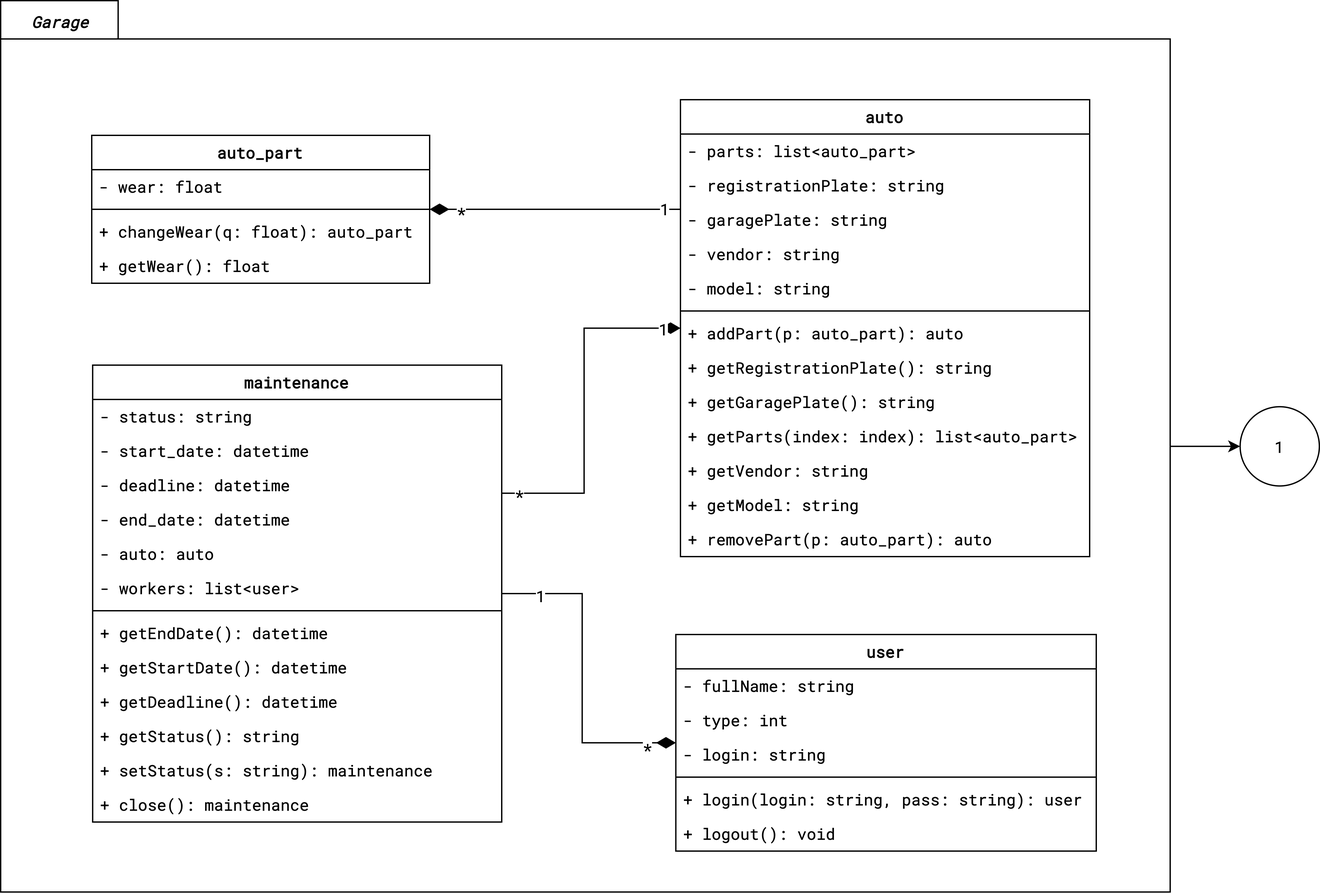
Before: images/aps.coursework-er-diagram.2.png, a diagram exported from draw.io (PlumpAlbert/diploma). Source tidied: cells renumbered, new cells last; positions are measured from the earlier drawing's top-left corner, leaving out a move shared by most shapes.
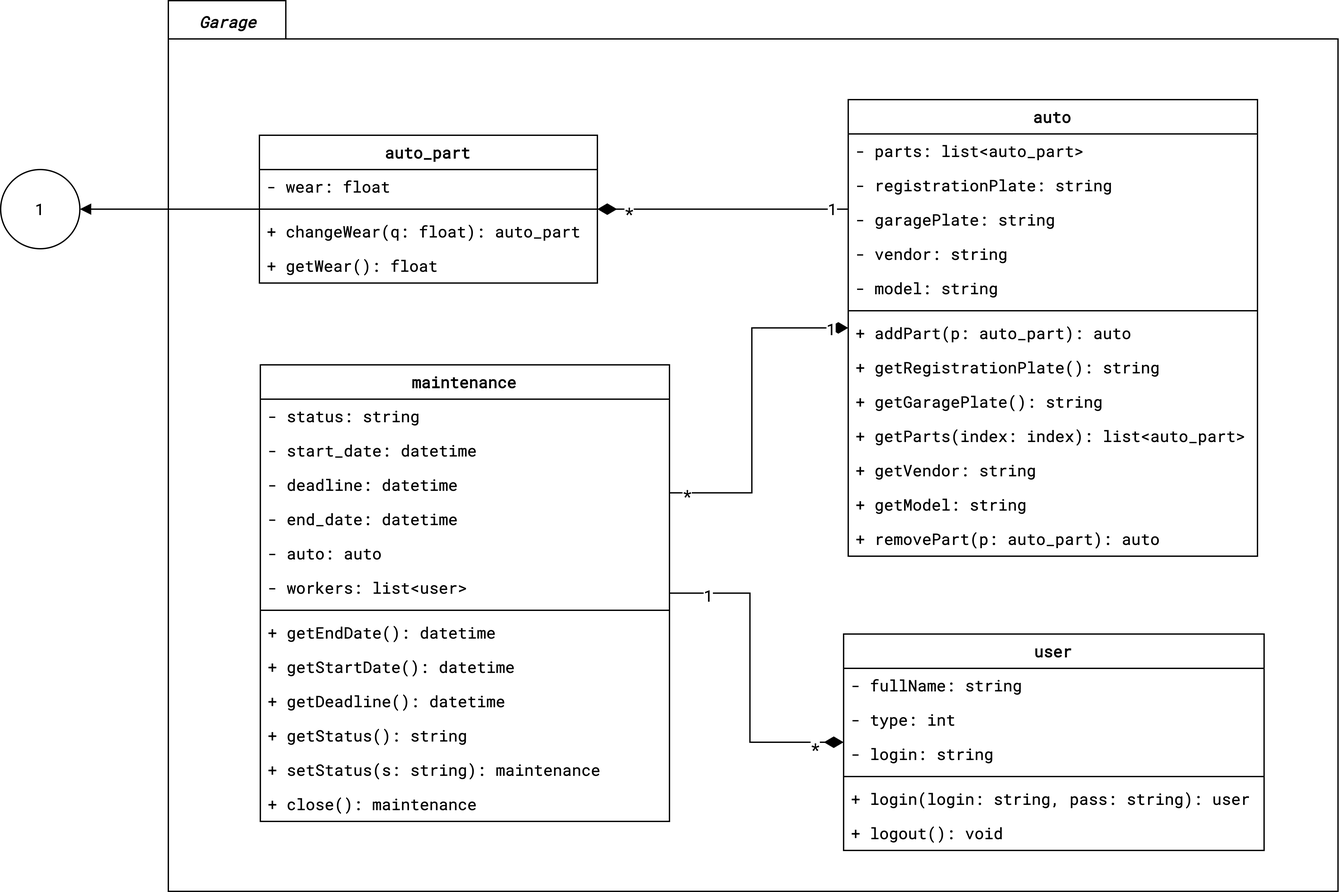
The same file after the commit.

Commit message:
обновил классовую диаграмму системы

The edit, as a diff of the source:
```diff
@@ -2,7 +2,7 @@
   <root>
     <mxCell id="0" />
     <mxCell id="1" parent="0" />
-    <mxCell id="2" style="edgeStyle=orthogonalEdgeStyle;rounded=0;jettySize=auto;html=1;fontFamily=Roboto Mono;fontSource=https%3A%2F%2Ffonts.googleapis.com%2Fcss%3Ffamily%3DRoboto%2BMono;" parent="1" edge="1" source="3" target="54">
+    <mxCell id="2" style="edgeStyle=orthogonalEdgeStyle;rounded=0;jettySize=auto;html=1;fontFamily=Roboto Mono;fontSource=https%3A%2F%2Ffonts.googleapis.com%2Fcss%3Ffamily%3DRoboto%2BMono;endArrow=block;endFill=1;" parent="1" edge="1" source="21" target="54">
       <mxGeometry relative="1" as="geometry" />
     </mxCell>
     <mxCell id="3" style="shape=folder;fontStyle=1;spacingTop=10;tabWidth=89;tabHeight=29;tabPosition=left;html=1;fontFamily=Roboto Mono;fontSize=12;fillColor=none;fontSource=https%3A%2F%2Ffonts.googleapis.com%2Fcss%3Ffamily%3DRoboto%2BMono;" parent="1" vertex="1">
@@ -169,7 +169,7 @@
       <mxGeometry y="138" width="318.5" height="26" as="geometry" />
     </mxCell>
     <mxCell id="54" value="1" style="ellipse;whiteSpace=wrap;html=1;fontFamily=Roboto Mono;fontSource=https%3A%2F%2Ffonts.googleapis.com%2Fcss%3Ffamily%3DRoboto%2BMono;" parent="1" vertex="1">
-      <mxGeometry x="939" y="307.5" width="60" height="60" as="geometry" />
+      <mxGeometry x="-127" y="128" width="60" height="60" as="geometry" />
     </mxCell>
   </root>
 </mxGraphModel>
```
